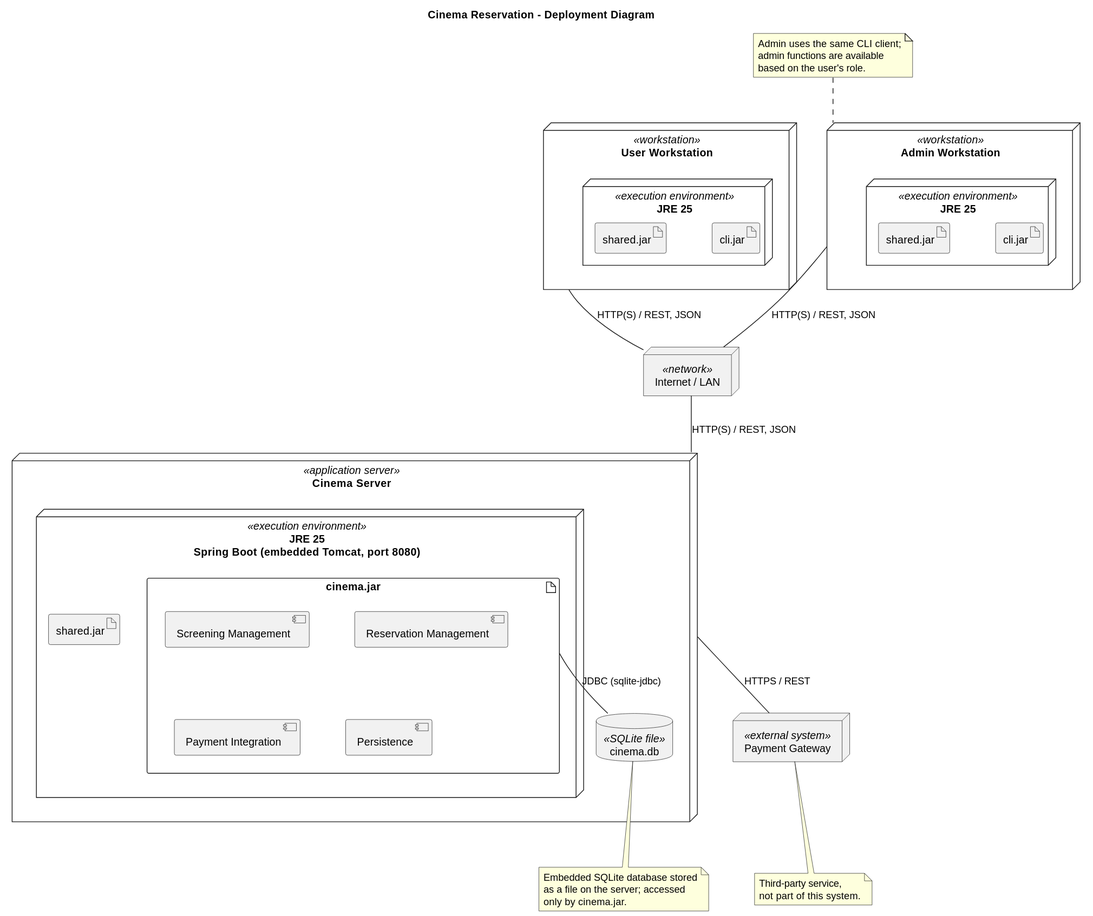
The PlantUML diagram diagrams/Deployment/DeploymentDiagram.svg in MatinoTekkit/swi_cinema, before a commit. Source of this version:
```plantuml
@startuml
title Cinema Reservation - Deployment Diagram

skinparam shadowing false
skinparam nodesep 60
skinparam ranksep 70


node "User Workstation" <<workstation>> as UserPc {
    node "JRE 25" <<execution environment>> as UserJre {
        artifact "cli.jar" as UserCli
        artifact "shared.jar" as UserShared
    }
}

node "Admin Workstation" <<workstation>> as AdminPc {
    node "JRE 25" <<execution environment>> as AdminJre {
        artifact "cli.jar" as AdminCli
        artifact "shared.jar" as AdminShared
    }
}


node "Internet / LAN" <<network>> as Network


node "Cinema Server" <<application server>> as ServerNode {
    node "JRE 25\nSpring Boot (embedded Tomcat, port 8080)" <<execution environment>> as ServerJre {
        artifact "cinema.jar" as ServerJar {
            component "Screening Management"
            component "Reservation Management"
            component "Payment Integration"
            component "Persistence"
        }
        artifact "shared.jar" as ServerShared
    }

    database "cinema.db" <<SQLite file>> as Db
}


node "Payment Gateway" <<external system>> as PaymentGateway


UserPc -- Network : HTTP(S) / REST, JSON
AdminPc -- Network : HTTP(S) / REST, JSON
Network -- ServerNode : HTTP(S) / REST, JSON

ServerJar -- Db : JDBC (sqlite-jdbc)
ServerNode -- PaymentGateway : HTTPS / REST


note bottom of Db
    Embedded SQLite database stored
    as a file on the server; accessed
    only by cinema.jar.
end note

note bottom of PaymentGateway
    Third-party service,
    not part of this system.
end note

note top of AdminPc
    Admin uses the same CLI client;
    admin functions are available
    based on the user's role.
end note
@enduml
```
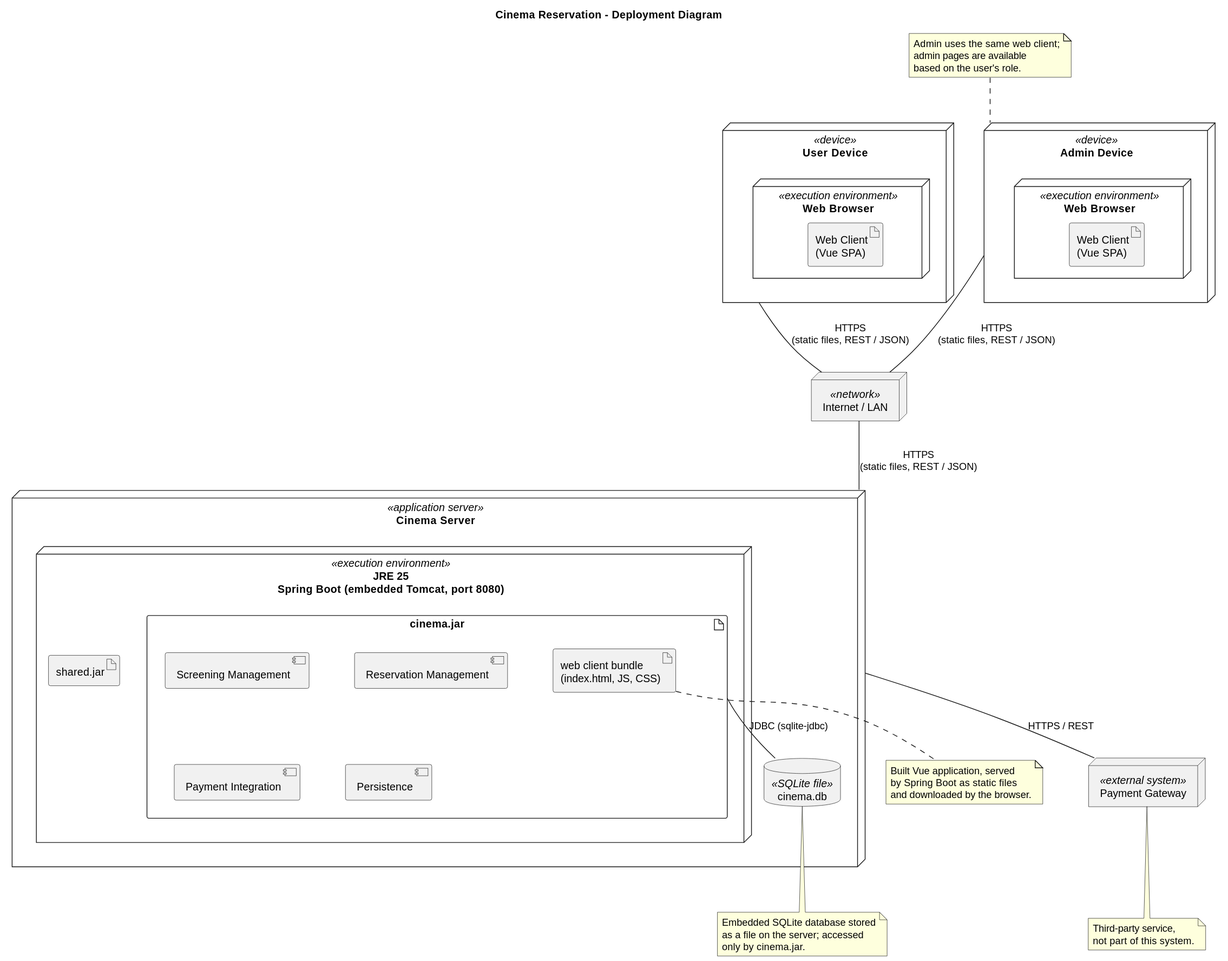
Later version of the same file.

Commit message:
fe should be web client

Diff of the diagram source:
```diff
@@ -6,17 +6,15 @@
 skinparam ranksep 70
 
 
-node "User Workstation" <<workstation>> as UserPc {
-    node "JRE 25" <<execution environment>> as UserJre {
-        artifact "cli.jar" as UserCli
-        artifact "shared.jar" as UserShared
+node "User Device" <<device>> as UserPc {
+    node "Web Browser" <<execution environment>> as UserBrowser {
+        artifact "Web Client\n(Vue SPA)" as UserWeb
     }
 }
 
-node "Admin Workstation" <<workstation>> as AdminPc {
-    node "JRE 25" <<execution environment>> as AdminJre {
-        artifact "cli.jar" as AdminCli
-        artifact "shared.jar" as AdminShared
+node "Admin Device" <<device>> as AdminPc {
+    node "Web Browser" <<execution environment>> as AdminBrowser {
+        artifact "Web Client\n(Vue SPA)" as AdminWeb
     }
 }
 
@@ -31,6 +29,7 @@
             component "Reservation Management"
             component "Payment Integration"
             component "Persistence"
+            artifact "web client bundle\n(index.html, JS, CSS)" as WebBundle
         }
         artifact "shared.jar" as ServerShared
     }
@@ -42,13 +41,19 @@
 node "Payment Gateway" <<external system>> as PaymentGateway
 
 
-UserPc -- Network : HTTP(S) / REST, JSON
-AdminPc -- Network : HTTP(S) / REST, JSON
-Network -- ServerNode : HTTP(S) / REST, JSON
+UserPc -- Network : HTTPS\n(static files, REST / JSON)
+AdminPc -- Network : HTTPS\n(static files, REST / JSON)
+Network -- ServerNode : HTTPS\n(static files, REST / JSON)
 
 ServerJar -- Db : JDBC (sqlite-jdbc)
 ServerNode -- PaymentGateway : HTTPS / REST
 
+
+note bottom of WebBundle
+    Built Vue application, served
+    by Spring Boot as static files
+    and downloaded by the browser.
+end note
 
 note bottom of Db
     Embedded SQLite database stored
@@ -62,8 +67,8 @@
 end note
 
 note top of AdminPc
-    Admin uses the same CLI client;
-    admin functions are available
+    Admin uses the same web client;
+    admin pages are available
     based on the user's role.
 end note
 @enduml
```
